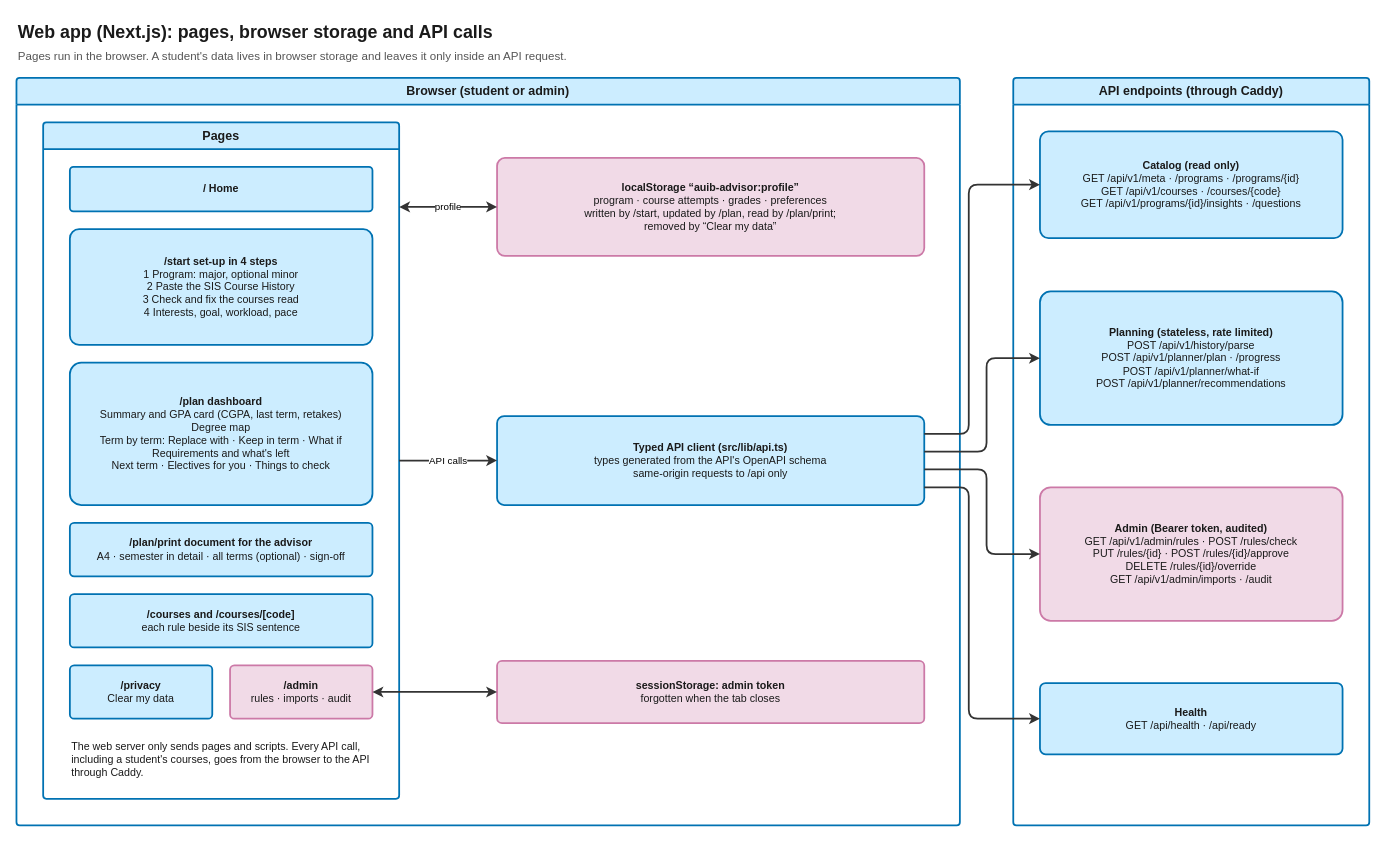
Earlier version of the draw.io diagram docs/diagrams/02-web-app.drawio (zaniixx/AUIB-Academic-Advisor). Source tidied: cells renumbered, new cells numbered last; positions are measured from the earlier drawing's top-left corner, leaving out a move shared by most shapes. Both pictures are drawn from the tidied source at 89%, with x=0, y=0 at pixel (16, 15).
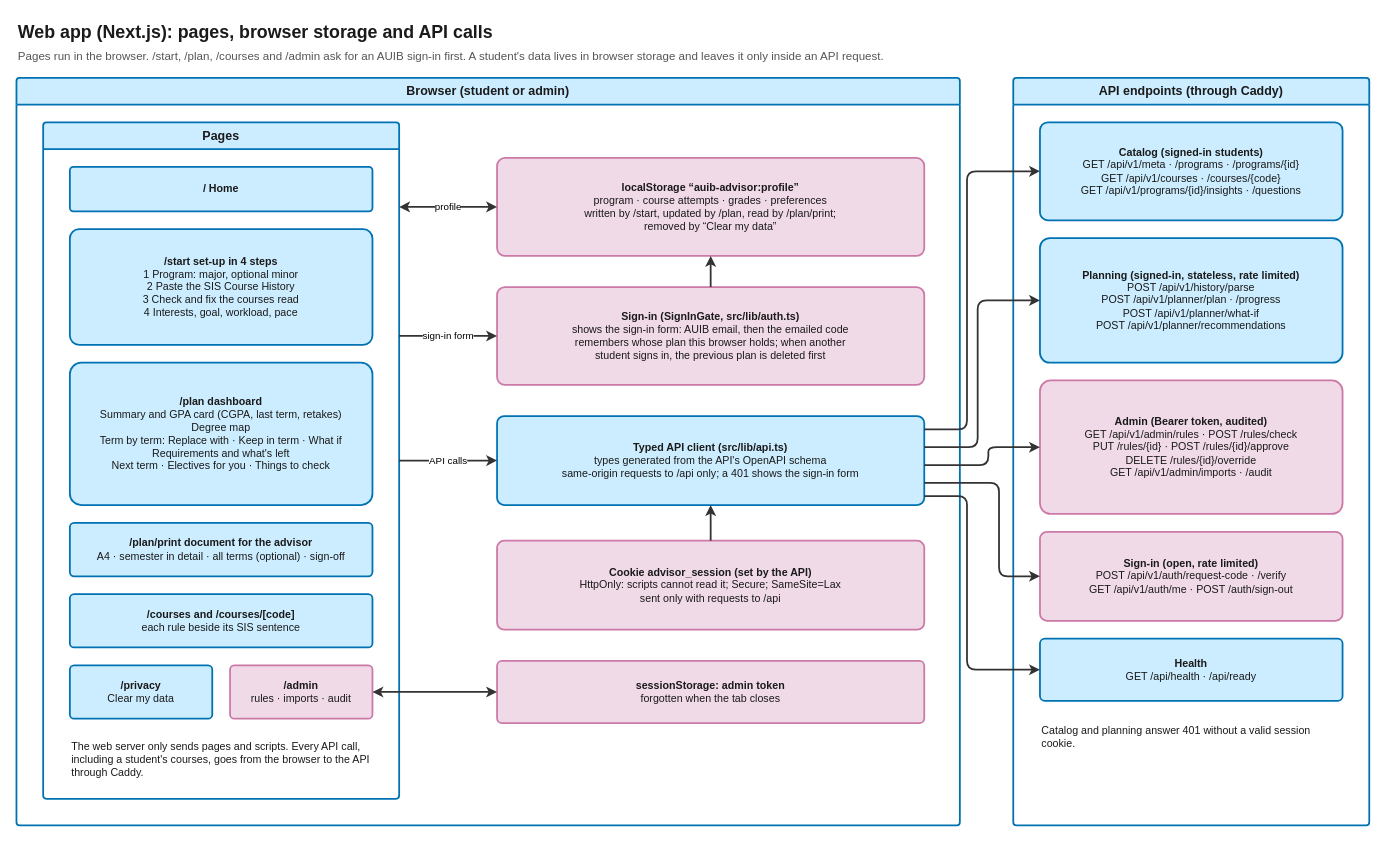
Above is the later version.

Unchanged cells that the change refers to:
```xml
<mxCell id="3" value="Browser (student or admin)" style="swimlane;startSize=30;html=1;whiteSpace=wrap;fillColor=#ccedff;strokeColor=#0072b2;swimlaneFillColor=#ffffff;fontColor=#1a1a1a;fontFamily=Helvetica;fontSize=14;fontStyle=1;strokeWidth=2;rounded=1;arcSize=4;" parent="1" vertex="1">
  <mxGeometry y="70" width="1060" height="840" as="geometry" />
</mxCell>
<mxCell id="4" value="Pages" style="swimlane;startSize=30;html=1;whiteSpace=wrap;fillColor=#ccedff;strokeColor=#0072b2;swimlaneFillColor=#ffffff;fontColor=#1a1a1a;fontFamily=Helvetica;fontSize=14;fontStyle=1;strokeWidth=2;rounded=1;arcSize=4;" parent="3" vertex="1">
  <mxGeometry x="30" y="50" width="400" height="760" as="geometry" />
</mxCell>
<mxCell id="13" value="&lt;b&gt;localStorage “auib-advisor:profile”&lt;/b&gt;&lt;br&gt;program · course attempts · grades · preferences&lt;br&gt;written by /start, updated by /plan, read by /plan/print;&lt;br&gt;removed by “Clear my data”" style="rounded=1;arcSize=8;whiteSpace=wrap;html=1;fillColor=#f1dae7;strokeColor=#cc79a7;fontColor=#1a1a1a;fontFamily=Helvetica;fontSize=12;strokeWidth=2;verticalAlign=middle;" parent="3" vertex="1">
  <mxGeometry x="540" y="90" width="480" height="110" as="geometry" />
</mxCell>
<mxCell id="16" value="API endpoints (through Caddy)" style="swimlane;startSize=30;html=1;whiteSpace=wrap;fillColor=#ccedff;strokeColor=#0072b2;swimlaneFillColor=#ffffff;fontColor=#1a1a1a;fontFamily=Helvetica;fontSize=14;fontStyle=1;strokeWidth=2;rounded=1;arcSize=4;" parent="1" vertex="1">
  <mxGeometry x="1120" y="70" width="400" height="840" as="geometry" />
</mxCell>
```

The edit, as a diff of the source:
```diff
@@
-    <mxCell id="2" value="&lt;b&gt;Web app (Next.js): pages, browser storage and API calls&lt;/b&gt;&lt;br&gt;&lt;font style=&quot;font-size: 13px&quot; color=&quot;#555555&quot;&gt;Pages run in the browser. A student's data lives in browser storage and leaves it only inside an API request.&lt;/font&gt;" style="text;html=1;whiteSpace=wrap;align=left;verticalAlign=top;fontColor=#1a1a1a;fontFamily=Helvetica;fontSize=12;fontSize=20;" parent="1" vertex="1">
+    <mxCell id="2" value="&lt;b&gt;Web app (Next.js): pages, browser storage and API calls&lt;/b&gt;&lt;br&gt;&lt;font style=&quot;font-size: 13px&quot; color=&quot;#555555&quot;&gt;Pages run in the browser. /start, /plan, /courses and /admin ask for an AUIB sign-in first. A student's data lives in browser storage and leaves it only inside an API request.&lt;/font&gt;" style="text;html=1;whiteSpace=wrap;align=left;verticalAlign=top;fontColor=#1a1a1a;fontFamily=Helvetica;fontSize=12;fontSize=20;" parent="1" vertex="1">
       <mxGeometry width="1520" height="50" as="geometry" />
     </mxCell>
@@
+    <mxCell id="28" value="&lt;b&gt;Sign-in (SignInGate, src/lib/auth.ts)&lt;/b&gt;&lt;br&gt;shows the sign-in form: AUIB email, then the emailed code&lt;br&gt;remembers whose plan this browser holds; when another&lt;br&gt;student signs in, the previous plan is deleted first" style="rounded=1;arcSize=8;whiteSpace=wrap;html=1;fillColor=#f1dae7;strokeColor=#cc79a7;fontColor=#1a1a1a;fontFamily=Helvetica;fontSize=12;strokeWidth=2;verticalAlign=middle;" parent="3" vertex="1">
+      <mxGeometry x="540" y="235" width="480" height="110" as="geometry" />
+    </mxCell>
-    <mxCell id="14" value="&lt;b&gt;Typed API client (src/lib/api.ts)&lt;/b&gt;&lt;br&gt;types generated from the API's OpenAPI schema&lt;br&gt;same-origin requests to /api only" style="rounded=1;arcSize=8;whiteSpace=wrap;html=1;fillColor=#ccedff;strokeColor=#0072b2;fontColor=#1a1a1a;fontFamily=Helvetica;fontSize=12;strokeWidth=2;verticalAlign=middle;" parent="3" vertex="1">
+    <mxCell id="14" value="&lt;b&gt;Typed API client (src/lib/api.ts)&lt;/b&gt;&lt;br&gt;types generated from the API's OpenAPI schema&lt;br&gt;same-origin requests to /api only; a 401 shows the sign-in form" style="rounded=1;arcSize=8;whiteSpace=wrap;html=1;fillColor=#ccedff;strokeColor=#0072b2;fontColor=#1a1a1a;fontFamily=Helvetica;fontSize=12;strokeWidth=2;verticalAlign=middle;" parent="3" vertex="1">
       <mxGeometry x="540" y="380" width="480" height="100" as="geometry" />
     </mxCell>
+    <mxCell id="29" value="&lt;b&gt;Cookie advisor_session (set by the API)&lt;/b&gt;&lt;br&gt;HttpOnly: scripts cannot read it; Secure; SameSite=Lax&lt;br&gt;sent only with requests to /api" style="rounded=1;arcSize=8;whiteSpace=wrap;html=1;fillColor=#f1dae7;strokeColor=#cc79a7;fontColor=#1a1a1a;fontFamily=Helvetica;fontSize=12;strokeWidth=2;verticalAlign=middle;" parent="3" vertex="1">
+      <mxGeometry x="540" y="520" width="480" height="100" as="geometry" />
+    </mxCell>
@@
-    <mxCell id="17" value="&lt;b&gt;Catalog (read only)&lt;/b&gt;&lt;br&gt;GET /api/v1/meta · /programs · /programs/{id}&lt;br&gt;GET /api/v1/courses · /courses/{code}&lt;br&gt;GET /api/v1/programs/{id}/insights · /questions" style="rounded=1;arcSize=8;whiteSpace=wrap;html=1;fillColor=#ccedff;strokeColor=#0072b2;fontColor=#1a1a1a;fontFamily=Helvetica;fontSize=12;strokeWidth=2;verticalAlign=middle;" parent="16" vertex="1">
-      <mxGeometry x="30" y="60" width="340" height="120" as="geometry" />
+    <mxCell id="17" value="&lt;b&gt;Catalog (signed-in students)&lt;/b&gt;&lt;br&gt;GET /api/v1/meta · /programs · /programs/{id}&lt;br&gt;GET /api/v1/courses · /courses/{code}&lt;br&gt;GET /api/v1/programs/{id}/insights · /questions" style="rounded=1;arcSize=8;whiteSpace=wrap;html=1;fillColor=#ccedff;strokeColor=#0072b2;fontColor=#1a1a1a;fontFamily=Helvetica;fontSize=12;strokeWidth=2;verticalAlign=middle;" parent="16" vertex="1">
+      <mxGeometry x="30" y="50" width="340" height="110" as="geometry" />
     </mxCell>
-    <mxCell id="18" value="&lt;b&gt;Planning (stateless, rate limited)&lt;/b&gt;&lt;br&gt;POST /api/v1/history/parse&lt;br&gt;POST /api/v1/planner/plan · /progress&lt;br&gt;POST /api/v1/planner/what-if&lt;br&gt;POST /api/v1/planner/recommendations" style="rounded=1;arcSize=8;whiteSpace=wrap;html=1;fillColor=#ccedff;strokeColor=#0072b2;fontColor=#1a1a1a;fontFamily=Helvetica;fontSize=12;strokeWidth=2;verticalAlign=middle;" parent="16" vertex="1">
-      <mxGeometry x="30" y="240" width="340" height="150" as="geometry" />
+    <mxCell id="18" value="&lt;b&gt;Planning (signed-in, stateless, rate limited)&lt;/b&gt;&lt;br&gt;POST /api/v1/history/parse&lt;br&gt;POST /api/v1/planner/plan · /progress&lt;br&gt;POST /api/v1/planner/what-if&lt;br&gt;POST /api/v1/planner/recommendations" style="rounded=1;arcSize=8;whiteSpace=wrap;html=1;fillColor=#ccedff;strokeColor=#0072b2;fontColor=#1a1a1a;fontFamily=Helvetica;fontSize=12;strokeWidth=2;verticalAlign=middle;" parent="16" vertex="1">
+      <mxGeometry x="30" y="180" width="340" height="140" as="geometry" />
     </mxCell>
     <mxCell id="19" value="&lt;b&gt;Admin (Bearer token, audited)&lt;/b&gt;&lt;br&gt;GET /api/v1/admin/rules · POST /rules/check&lt;br&gt;PUT /rules/{id} · POST /rules/{id}/approve&lt;br&gt;DELETE /rules/{id}/override&lt;br&gt;GET /api/v1/admin/imports · /audit" style="rounded=1;arcSize=8;whiteSpace=wrap;html=1;fillColor=#f1dae7;strokeColor=#cc79a7;fontColor=#1a1a1a;fontFamily=Helvetica;fontSize=12;strokeWidth=2;verticalAlign=middle;" parent="16" vertex="1">
-      <mxGeometry x="30" y="460" width="340" height="150" as="geometry" />
+      <mxGeometry x="30" y="340" width="340" height="150" as="geometry" />
     </mxCell>
+    <mxCell id="30" value="&lt;b&gt;Sign-in (open, rate limited)&lt;/b&gt;&lt;br&gt;POST /api/v1/auth/request-code · /verify&lt;br&gt;GET /api/v1/auth/me · POST /auth/sign-out" style="rounded=1;arcSize=8;whiteSpace=wrap;html=1;fillColor=#f1dae7;strokeColor=#cc79a7;fontColor=#1a1a1a;fontFamily=Helvetica;fontSize=12;strokeWidth=2;verticalAlign=middle;" parent="16" vertex="1">
+      <mxGeometry x="30" y="510" width="340" height="100" as="geometry" />
+    </mxCell>
     <mxCell id="20" value="&lt;b&gt;Health&lt;/b&gt;&lt;br&gt;GET /api/health · /api/ready" style="rounded=1;arcSize=8;whiteSpace=wrap;html=1;fillColor=#ccedff;strokeColor=#0072b2;fontColor=#1a1a1a;fontFamily=Helvetica;fontSize=12;strokeWidth=2;verticalAlign=middle;" parent="16" vertex="1">
-      <mxGeometry x="30" y="680" width="340" height="80" as="geometry" />
+      <mxGeometry x="30" y="630" width="340" height="70" as="geometry" />
     </mxCell>
+    <mxCell id="31" value="Catalog and planning answer 401 without a valid session cookie." style="text;html=1;whiteSpace=wrap;align=left;verticalAlign=top;fontColor=#1a1a1a;fontFamily=Helvetica;fontSize=12;" parent="16" vertex="1">
+      <mxGeometry x="30" y="720" width="340" height="50" as="geometry" />
+    </mxCell>
@@
+    <mxCell id="32" value="sign-in form" style="edgeStyle=orthogonalEdgeStyle;rounded=1;jettySize=auto;html=1;endArrow=classic;endFill=1;strokeWidth=2;strokeColor=#333333;fontFamily=Helvetica;fontSize=11;labelBackgroundColor=#ffffff;exitX=1;exitY=0.3158;exitDx=0;exitDy=0;entryX=0;entryY=0.5;entryDx=0;entryDy=0;" parent="1" edge="1" source="4" target="28">
+      <mxGeometry relative="1" as="geometry" />
+    </mxCell>
@@
+    <mxCell id="33" style="edgeStyle=orthogonalEdgeStyle;rounded=1;jettySize=auto;html=1;endArrow=classic;endFill=1;strokeWidth=2;strokeColor=#333333;fontFamily=Helvetica;fontSize=11;labelBackgroundColor=#ffffff;exitX=0.5;exitY=0;exitDx=0;exitDy=0;entryX=0.5;entryY=1;entryDx=0;entryDy=0;" parent="1" edge="1" source="28" target="13">
+      <mxGeometry relative="1" as="geometry" />
+    </mxCell>
+    <mxCell id="34" style="edgeStyle=orthogonalEdgeStyle;rounded=1;jettySize=auto;html=1;endArrow=classic;endFill=1;strokeWidth=2;strokeColor=#333333;fontFamily=Helvetica;fontSize=11;labelBackgroundColor=#ffffff;exitX=0.5;exitY=0;exitDx=0;exitDy=0;entryX=0.5;entryY=1;entryDx=0;entryDy=0;" parent="1" edge="1" source="29" target="14">
+      <mxGeometry relative="1" as="geometry" />
+    </mxCell>
-    <mxCell id="24" style="edgeStyle=orthogonalEdgeStyle;rounded=1;jettySize=auto;html=1;endArrow=classic;endFill=1;strokeWidth=2;strokeColor=#333333;fontFamily=Helvetica;fontSize=11;labelBackgroundColor=#ffffff;exitX=1;exitY=0.2;exitDx=0;exitDy=0;entryX=0;entryY=0.5;entryDx=0;entryDy=0;" parent="1" edge="1" source="14" target="17">
+    <mxCell id="24" style="edgeStyle=orthogonalEdgeStyle;rounded=1;jettySize=auto;html=1;endArrow=classic;endFill=1;strokeWidth=2;strokeColor=#333333;fontFamily=Helvetica;fontSize=11;labelBackgroundColor=#ffffff;exitX=1;exitY=0.15;exitDx=0;exitDy=0;entryX=0;entryY=0.5;entryDx=0;entryDy=0;" parent="1" edge="1" source="14" target="17">
       <mxGeometry relative="1" as="geometry">
         <Array as="points">
-          <mxPoint x="1070" y="470" />
-          <mxPoint x="1070" y="190" />
+          <mxPoint x="1068" y="465" />
+          <mxPoint x="1068" y="175" />
         </Array>
       </mxGeometry>
     </mxCell>
-    <mxCell id="25" style="edgeStyle=orthogonalEdgeStyle;rounded=1;jettySize=auto;html=1;endArrow=classic;endFill=1;strokeWidth=2;strokeColor=#333333;fontFamily=Helvetica;fontSize=11;labelBackgroundColor=#ffffff;exitX=1;exitY=0.4;exitDx=0;exitDy=0;entryX=0;entryY=0.5;entryDx=0;entryDy=0;" parent="1" edge="1" source="14" target="18">
+    <mxCell id="25" style="edgeStyle=orthogonalEdgeStyle;rounded=1;jettySize=auto;html=1;endArrow=classic;endFill=1;strokeWidth=2;strokeColor=#333333;fontFamily=Helvetica;fontSize=11;labelBackgroundColor=#ffffff;exitX=1;exitY=0.35;exitDx=0;exitDy=0;entryX=0;entryY=0.5;entryDx=0;entryDy=0;" parent="1" edge="1" source="14" target="18">
       <mxGeometry relative="1" as="geometry">
         <Array as="points">
-          <mxPoint x="1090" y="490" />
-          <mxPoint x="1090" y="385" />
+          <mxPoint x="1080" y="485" />
+          <mxPoint x="1080" y="320" />
         </Array>
       </mxGeometry>
     </mxCell>
-    <mxCell id="26" style="edgeStyle=orthogonalEdgeStyle;rounded=1;jettySize=auto;html=1;endArrow=classic;endFill=1;strokeWidth=2;strokeColor=#333333;fontFamily=Helvetica;fontSize=11;labelBackgroundColor=#ffffff;exitX=1;exitY=0.6;exitDx=0;exitDy=0;entryX=0;entryY=0.5;entryDx=0;entryDy=0;" parent="1" edge="1" source="14" target="19">
+    <mxCell id="26" style="edgeStyle=orthogonalEdgeStyle;rounded=1;jettySize=auto;html=1;endArrow=classic;endFill=1;strokeWidth=2;strokeColor=#333333;fontFamily=Helvetica;fontSize=11;labelBackgroundColor=#ffffff;exitX=1;exitY=0.55;exitDx=0;exitDy=0;entryX=0;entryY=0.5;entryDx=0;entryDy=0;" parent="1" edge="1" source="14" target="19">
       <mxGeometry relative="1" as="geometry">
         <Array as="points">
-          <mxPoint x="1090" y="510" />
-          <mxPoint x="1090" y="605" />
+          <mxPoint x="1092" y="505" />
+          <mxPoint x="1092" y="485" />
         </Array>
       </mxGeometry>
     </mxCell>
+    <mxCell id="35" style="edgeStyle=orthogonalEdgeStyle;rounded=1;jettySize=auto;html=1;endArrow=classic;endFill=1;strokeWidth=2;strokeColor=#333333;fontFamily=Helvetica;fontSize=11;labelBackgroundColor=#ffffff;exitX=1;exitY=0.75;exitDx=0;exitDy=0;entryX=0;entryY=0.5;entryDx=0;entryDy=0;" parent="1" edge="1" source="14" target="30">
+      <mxGeometry relative="1" as="geometry">
+        <Array as="points">
+          <mxPoint x="1104" y="525" />
+          <mxPoint x="1104" y="630" />
+        </Array>
+      </mxGeometry>
+    </mxCell>
-    <mxCell id="27" style="edgeStyle=orthogonalEdgeStyle;rounded=1;jettySize=auto;html=1;endArrow=classic;endFill=1;strokeWidth=2;strokeColor=#333333;fontFamily=Helvetica;fontSize=11;labelBackgroundColor=#ffffff;exitX=1;exitY=0.8;exitDx=0;exitDy=0;entryX=0;entryY=0.5;entryDx=0;entryDy=0;" parent="1" edge="1" source="14" target="20">
+    <mxCell id="27" style="edgeStyle=orthogonalEdgeStyle;rounded=1;jettySize=auto;html=1;endArrow=classic;endFill=1;strokeWidth=2;strokeColor=#333333;fontFamily=Helvetica;fontSize=11;labelBackgroundColor=#ffffff;exitX=1;exitY=0.9;exitDx=0;exitDy=0;entryX=0;entryY=0.5;entryDx=0;entryDy=0;" parent="1" edge="1" source="14" target="20">
       <mxGeometry relative="1" as="geometry">
         <Array as="points">
-          <mxPoint x="1070" y="530" />
-          <mxPoint x="1070" y="790" />
+          <mxPoint x="1068" y="540" />
+          <mxPoint x="1068" y="735" />
         </Array>
       </mxGeometry>
     </mxCell>
```
